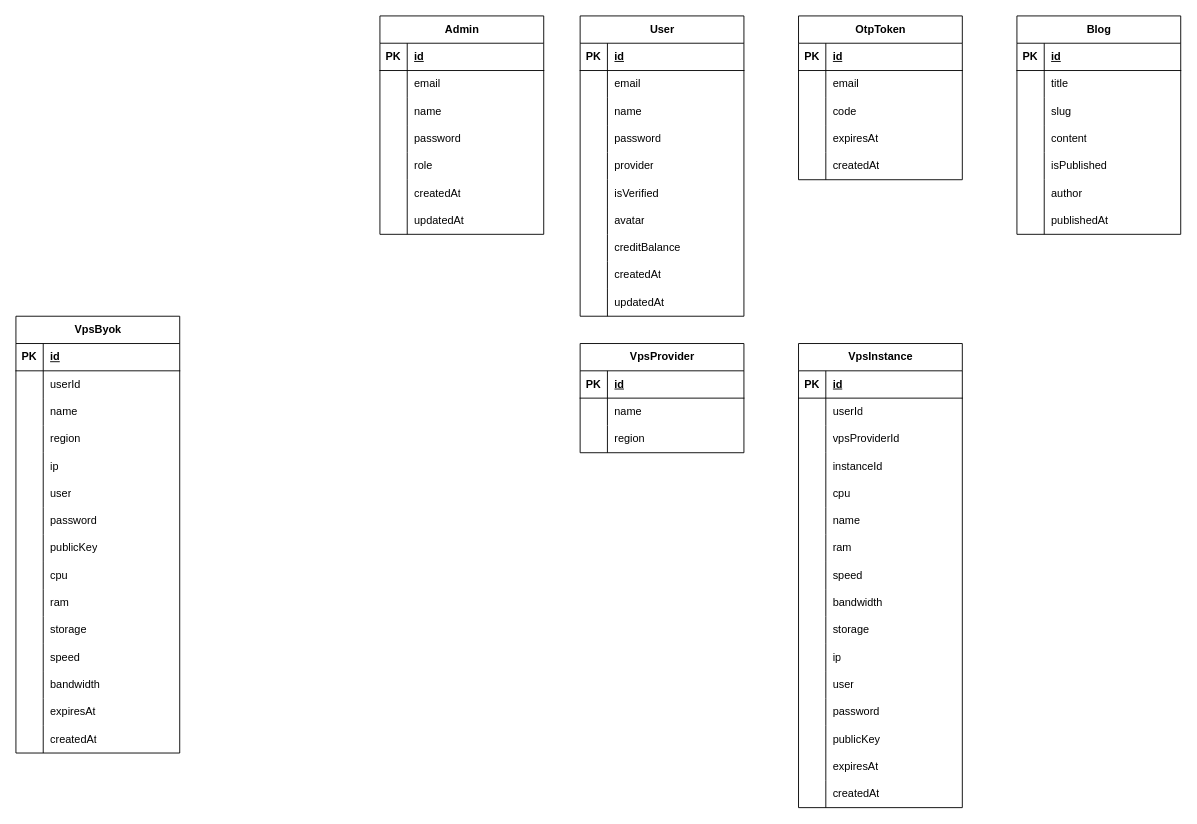
Before: belajar-hosting.drawio in yogadwipayana/ERD, a draw.io diagram. Source tidied: cells renumbered, new cells numbered last; positions are measured from the earlier drawing's top-left corner, leaving out a move shared by most shapes. Both pictures are drawn from the tidied source at 91%, with x=0, y=0 at pixel (15, 15).
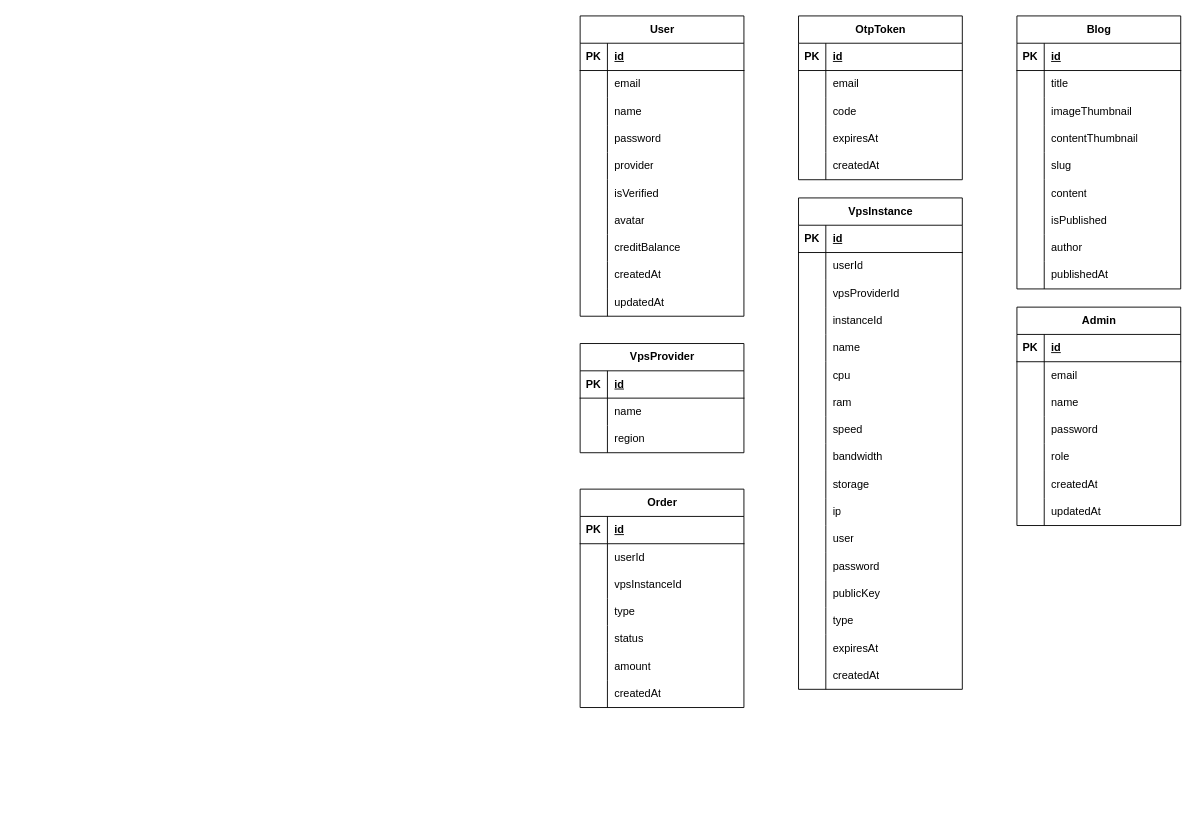
After the change.

What changed in the source:
```diff
@@
     <mxCell id="49" value="Blog" style="shape=table;startSize=30;childLayout=tableLayout;rowLines=0;fontStyle=1;align=center;html=1;" parent="1" vertex="1">
-      <mxGeometry x="1100" width="180" height="240" as="geometry" />
+      <mxGeometry x="1100" width="180" height="300" as="geometry" />
     </mxCell>
@@
+    <mxCell id="198" style="shape=tableRow;horizontal=0;startSize=0;swimlaneHead=0;swimlaneBody=0;fillColor=none;top=0;left=0;right=0;bottom=0;" parent="49" vertex="1">
+      <mxGeometry y="90" width="180" height="30" as="geometry" />
+    </mxCell>
+    <mxCell id="199" style="shape=partialRectangle;fillColor=none;top=0;left=0;bottom=0;right=0;overflow=hidden;whiteSpace=wrap;html=1;" parent="198" vertex="1">
+      <mxGeometry width="30" height="30" as="geometry" />
+    </mxCell>
+    <mxCell id="200" value="imageThumbnail" style="shape=partialRectangle;fillColor=none;top=0;left=0;bottom=0;right=0;align=left;spacingLeft=6;overflow=hidden;whiteSpace=wrap;html=1;" parent="198" vertex="1">
+      <mxGeometry x="30" width="150" height="30" as="geometry" />
+    </mxCell>
+    <mxCell id="201" style="shape=tableRow;horizontal=0;startSize=0;swimlaneHead=0;swimlaneBody=0;fillColor=none;top=0;left=0;right=0;bottom=0;" parent="49" vertex="1">
+      <mxGeometry y="120" width="180" height="30" as="geometry" />
+    </mxCell>
+    <mxCell id="202" style="shape=partialRectangle;fillColor=none;top=0;left=0;bottom=0;right=0;overflow=hidden;whiteSpace=wrap;html=1;" parent="201" vertex="1">
+      <mxGeometry width="30" height="30" as="geometry" />
+    </mxCell>
+    <mxCell id="203" value="contentThumbnail" style="shape=partialRectangle;fillColor=none;top=0;left=0;bottom=0;right=0;align=left;spacingLeft=6;overflow=hidden;whiteSpace=wrap;html=1;" parent="201" vertex="1">
+      <mxGeometry x="30" width="150" height="30" as="geometry" />
+    </mxCell>
     <mxCell id="56" style="shape=tableRow;horizontal=0;startSize=0;swimlaneHead=0;swimlaneBody=0;fillColor=none;top=0;left=0;right=0;bottom=0;" parent="49" vertex="1">
-      <mxGeometry y="90" width="180" height="30" as="geometry" />
+      <mxGeometry y="150" width="180" height="30" as="geometry" />
     </mxCell>
@@
     <mxCell id="59" style="shape=tableRow;horizontal=0;startSize=0;swimlaneHead=0;swimlaneBody=0;fillColor=none;top=0;left=0;right=0;bottom=0;" parent="49" vertex="1">
-      <mxGeometry y="120" width="180" height="30" as="geometry" />
+      <mxGeometry y="180" width="180" height="30" as="geometry" />
     </mxCell>
@@
     <mxCell id="62" style="shape=tableRow;horizontal=0;startSize=0;swimlaneHead=0;swimlaneBody=0;fillColor=none;top=0;left=0;right=0;bottom=0;" parent="49" vertex="1">
-      <mxGeometry y="150" width="180" height="30" as="geometry" />
+      <mxGeometry y="210" width="180" height="30" as="geometry" />
     </mxCell>
@@
     <mxCell id="65" style="shape=tableRow;horizontal=0;startSize=0;swimlaneHead=0;swimlaneBody=0;fillColor=none;top=0;left=0;right=0;bottom=0;" parent="49" vertex="1">
-      <mxGeometry y="180" width="180" height="30" as="geometry" />
+      <mxGeometry y="240" width="180" height="30" as="geometry" />
     </mxCell>
@@
     <mxCell id="68" style="shape=tableRow;horizontal=0;startSize=0;swimlaneHead=0;swimlaneBody=0;fillColor=none;top=0;left=0;right=0;bottom=0;" parent="49" vertex="1">
-      <mxGeometry y="210" width="180" height="30" as="geometry" />
+      <mxGeometry y="270" width="180" height="30" as="geometry" />
     </mxCell>
@@
     <mxCell id="81" value="Admin" style="shape=table;startSize=30;childLayout=tableLayout;rowLines=0;fontStyle=1;align=center;html=1;" parent="1" vertex="1">
-      <mxGeometry x="400" width="180" height="240" as="geometry" />
+      <mxGeometry x="1100" y="320" width="180" height="240" as="geometry" />
     </mxCell>
@@
     <mxCell id="103" value="VpsInstance" style="shape=table;startSize=30;childLayout=tableLayout;rowLines=0;fontStyle=1;align=center;html=1;" parent="1" vertex="1">
-      <mxGeometry x="860" y="360" width="180" height="510" as="geometry" />
+      <mxGeometry x="860" y="200" width="180" height="540" as="geometry" />
     </mxCell>
@@
+    <mxCell id="119" style="shape=tableRow;horizontal=0;startSize=0;swimlaneHead=0;swimlaneBody=0;fillColor=none;top=0;left=0;right=0;bottom=0;" parent="103" vertex="1">
+      <mxGeometry y="150" width="180" height="30" as="geometry" />
+    </mxCell>
+    <mxCell id="120" style="shape=partialRectangle;fillColor=none;top=0;left=0;bottom=0;right=0;overflow=hidden;whiteSpace=wrap;html=1;" parent="119" vertex="1">
+      <mxGeometry width="30" height="30" as="geometry" />
+    </mxCell>
+    <mxCell id="121" value="name" style="shape=partialRectangle;fillColor=none;top=0;left=0;bottom=0;right=0;align=left;spacingLeft=6;overflow=hidden;whiteSpace=wrap;html=1;" parent="119" vertex="1">
+      <mxGeometry x="30" width="150" height="30" as="geometry" />
+    </mxCell>
     <mxCell id="116" style="shape=tableRow;horizontal=0;startSize=0;swimlaneHead=0;swimlaneBody=0;fillColor=none;top=0;left=0;right=0;bottom=0;" parent="103" vertex="1">
-      <mxGeometry y="150" width="180" height="30" as="geometry" />
+      <mxGeometry y="180" width="180" height="30" as="geometry" />
     </mxCell>
@@
-    <mxCell id="119" style="shape=tableRow;horizontal=0;startSize=0;swimlaneHead=0;swimlaneBody=0;fillColor=none;top=0;left=0;right=0;bottom=0;" parent="103" vertex="1">
-      <mxGeometry y="180" width="180" height="30" as="geometry" />
-    </mxCell>
-    <mxCell id="120" style="shape=partialRectangle;fillColor=none;top=0;left=0;bottom=0;right=0;overflow=hidden;whiteSpace=wrap;html=1;" parent="119" vertex="1">
-      <mxGeometry width="30" height="30" as="geometry" />
-    </mxCell>
-    <mxCell id="121" value="name" style="shape=partialRectangle;fillColor=none;top=0;left=0;bottom=0;right=0;align=left;spacingLeft=6;overflow=hidden;whiteSpace=wrap;html=1;" parent="119" vertex="1">
-      <mxGeometry x="30" width="150" height="30" as="geometry" />
-    </mxCell>
@@
+    <mxCell id="195" style="shape=tableRow;horizontal=0;startSize=0;swimlaneHead=0;swimlaneBody=0;fillColor=none;top=0;left=0;right=0;bottom=0;" parent="103" vertex="1">
+      <mxGeometry y="450" width="180" height="30" as="geometry" />
+    </mxCell>
+    <mxCell id="204" style="shape=partialRectangle;fillColor=none;top=0;left=0;bottom=0;right=0;overflow=hidden;whiteSpace=wrap;html=1;" parent="195" vertex="1">
+      <mxGeometry width="30" height="30" as="geometry" />
+    </mxCell>
+    <mxCell id="205" value="type" style="shape=partialRectangle;fillColor=none;top=0;left=0;bottom=0;right=0;align=left;spacingLeft=6;overflow=hidden;whiteSpace=wrap;html=1;" parent="195" vertex="1">
+      <mxGeometry x="30" width="150" height="30" as="geometry" />
+    </mxCell>
     <mxCell id="146" style="shape=tableRow;horizontal=0;startSize=0;swimlaneHead=0;swimlaneBody=0;fillColor=none;top=0;left=0;right=0;bottom=0;" parent="103" vertex="1">
-      <mxGeometry y="450" width="180" height="30" as="geometry" />
+      <mxGeometry y="480" width="180" height="30" as="geometry" />
     </mxCell>
@@
     <mxCell id="149" style="shape=tableRow;horizontal=0;startSize=0;swimlaneHead=0;swimlaneBody=0;fillColor=none;top=0;left=0;right=0;bottom=0;" parent="103" vertex="1">
-      <mxGeometry y="480" width="180" height="30" as="geometry" />
+      <mxGeometry y="510" width="180" height="30" as="geometry" />
     </mxCell>
@@
-    <mxCell id="152" value="VpsByok" style="shape=table;startSize=30;childLayout=tableLayout;rowLines=0;fontStyle=1;align=center;html=1;" parent="1" vertex="1">
-      <mxGeometry y="330" width="180" height="480" as="geometry" />
-    </mxCell>
+    <mxCell id="206" value="Order" style="shape=table;startSize=30;childLayout=tableLayout;rowLines=0;fontStyle=1;align=center;html=1;" parent="1" vertex="1">
+      <mxGeometry x="620" y="520" width="180" height="240" as="geometry" />
+    </mxCell>
-    <mxCell id="153" style="shape=tableRow;horizontal=0;startSize=0;swimlaneHead=0;swimlaneBody=0;fillColor=none;top=0;left=0;right=0;bottom=1;" parent="152" vertex="1">
+    <mxCell id="153" style="shape=tableRow;horizontal=0;startSize=0;swimlaneHead=0;swimlaneBody=0;fillColor=none;top=0;left=0;right=0;bottom=1;" parent="206" vertex="1">
       <mxGeometry y="30" width="180" height="30" as="geometry" />
     </mxCell>
@@
-    <mxCell id="156" style="shape=tableRow;horizontal=0;startSize=0;swimlaneHead=0;swimlaneBody=0;fillColor=none;top=0;left=0;right=0;bottom=0;" parent="152" vertex="1">
+    <mxCell id="156" style="shape=tableRow;horizontal=0;startSize=0;swimlaneHead=0;swimlaneBody=0;fillColor=none;top=0;left=0;right=0;bottom=0;" parent="206" vertex="1">
       <mxGeometry y="60" width="180" height="30" as="geometry" />
     </mxCell>
-    <mxCell id="157" style="shape=partialRectangle;fillColor=none;top=0;left=0;bottom=0;right=0;overflow=hidden;whiteSpace=wrap;html=1;" parent="156" vertex="1">
-      <mxGeometry width="30" height="30" as="geometry" />
-    </mxCell>
+    <mxCell id="207" style="shape=partialRectangle;fillColor=none;top=0;left=0;bottom=0;right=0;overflow=hidden;whiteSpace=wrap;html=1;" parent="156" vertex="1">
+      <mxGeometry width="30" height="30" as="geometry" />
+    </mxCell>
@@
-    <mxCell id="159" style="shape=tableRow;horizontal=0;startSize=0;swimlaneHead=0;swimlaneBody=0;fillColor=none;top=0;left=0;right=0;bottom=0;" parent="152" vertex="1">
-      <mxGeometry y="90" width="180" height="30" as="geometry" />
-    </mxCell>
-    <mxCell id="160" style="shape=partialRectangle;fillColor=none;top=0;left=0;bottom=0;right=0;overflow=hidden;whiteSpace=wrap;html=1;" parent="159" vertex="1">
-      <mxGeometry width="30" height="30" as="geometry" />
-    </mxCell>
-    <mxCell id="161" value="name" style="shape=partialRectangle;fillColor=none;top=0;left=0;bottom=0;right=0;align=left;spacingLeft=6;overflow=hidden;whiteSpace=wrap;html=1;" parent="159" vertex="1">
-      <mxGeometry x="30" width="150" height="30" as="geometry" />
-    </mxCell>
-    <mxCell id="162" style="shape=tableRow;horizontal=0;startSize=0;swimlaneHead=0;swimlaneBody=0;fillColor=none;top=0;left=0;right=0;bottom=0;" parent="152" vertex="1">
-      <mxGeometry y="120" width="180" height="30" as="geometry" />
-    </mxCell>
-    <mxCell id="163" style="shape=partialRectangle;fillColor=none;top=0;left=0;bottom=0;right=0;overflow=hidden;whiteSpace=wrap;html=1;" parent="162" vertex="1">
-      <mxGeometry width="30" height="30" as="geometry" />
-    </mxCell>
-    <mxCell id="164" value="region" style="shape=partialRectangle;fillColor=none;top=0;left=0;bottom=0;right=0;align=left;spacingLeft=6;overflow=hidden;whiteSpace=wrap;html=1;" parent="162" vertex="1">
-      <mxGeometry x="30" width="150" height="30" as="geometry" />
-    </mxCell>
+    <mxCell id="208" style="shape=tableRow;horizontal=0;startSize=0;swimlaneHead=0;swimlaneBody=0;fillColor=none;top=0;left=0;right=0;bottom=0;" parent="206" vertex="1">
+      <mxGeometry y="90" width="180" height="30" as="geometry" />
+    </mxCell>
+    <mxCell id="209" style="shape=partialRectangle;fillColor=none;top=0;left=0;bottom=0;right=0;overflow=hidden;whiteSpace=wrap;html=1;" parent="208" vertex="1">
+      <mxGeometry width="30" height="30" as="geometry" />
+    </mxCell>
+    <mxCell id="210" value="vpsInstanceId" style="shape=partialRectangle;fillColor=none;top=0;left=0;bottom=0;right=0;align=left;spacingLeft=6;overflow=hidden;whiteSpace=wrap;html=1;" parent="208" vertex="1">
+      <mxGeometry x="30" width="150" height="30" as="geometry" />
+    </mxCell>
+    <mxCell id="211" style="shape=tableRow;horizontal=0;startSize=0;swimlaneHead=0;swimlaneBody=0;fillColor=none;top=0;left=0;right=0;bottom=0;" parent="206" vertex="1">
+      <mxGeometry y="120" width="180" height="30" as="geometry" />
+    </mxCell>
+    <mxCell id="212" style="shape=partialRectangle;fillColor=none;top=0;left=0;bottom=0;right=0;overflow=hidden;whiteSpace=wrap;html=1;" parent="211" vertex="1">
+      <mxGeometry width="30" height="30" as="geometry" />
+    </mxCell>
+    <mxCell id="213" value="type" style="shape=partialRectangle;fillColor=none;top=0;left=0;bottom=0;right=0;align=left;spacingLeft=6;overflow=hidden;whiteSpace=wrap;html=1;" parent="211" vertex="1">
+      <mxGeometry x="30" width="150" height="30" as="geometry" />
+    </mxCell>
-    <mxCell id="165" style="shape=tableRow;horizontal=0;startSize=0;swimlaneHead=0;swimlaneBody=0;fillColor=none;top=0;left=0;right=0;bottom=0;" parent="152" vertex="1">
+    <mxCell id="165" style="shape=tableRow;horizontal=0;startSize=0;swimlaneHead=0;swimlaneBody=0;fillColor=none;top=0;left=0;right=0;bottom=0;" parent="206" vertex="1">
       <mxGeometry y="150" width="180" height="30" as="geometry" />
     </mxCell>
-    <mxCell id="166" style="shape=partialRectangle;fillColor=none;top=0;left=0;bottom=0;right=0;overflow=hidden;whiteSpace=wrap;html=1;" parent="165" vertex="1">
-      <mxGeometry width="30" height="30" as="geometry" />
-    </mxCell>
-    <mxCell id="167" value="ip" style="shape=partialRectangle;fillColor=none;top=0;left=0;bottom=0;right=0;align=left;spacingLeft=6;overflow=hidden;whiteSpace=wrap;html=1;" parent="165" vertex="1">
-      <mxGeometry x="30" width="150" height="30" as="geometry" />
-    </mxCell>
+    <mxCell id="214" style="shape=partialRectangle;fillColor=none;top=0;left=0;bottom=0;right=0;overflow=hidden;whiteSpace=wrap;html=1;" parent="165" vertex="1">
+      <mxGeometry width="30" height="30" as="geometry" />
+    </mxCell>
+    <mxCell id="215" value="status" style="shape=partialRectangle;fillColor=none;top=0;left=0;bottom=0;right=0;align=left;spacingLeft=6;overflow=hidden;whiteSpace=wrap;html=1;" parent="165" vertex="1">
+      <mxGeometry x="30" width="150" height="30" as="geometry" />
+    </mxCell>
-    <mxCell id="168" style="shape=tableRow;horizontal=0;startSize=0;swimlaneHead=0;swimlaneBody=0;fillColor=none;top=0;left=0;right=0;bottom=0;" parent="152" vertex="1">
+    <mxCell id="168" style="shape=tableRow;horizontal=0;startSize=0;swimlaneHead=0;swimlaneBody=0;fillColor=none;top=0;left=0;right=0;bottom=0;" parent="206" vertex="1">
       <mxGeometry y="180" width="180" height="30" as="geometry" />
     </mxCell>
-    <mxCell id="169" style="shape=partialRectangle;fillColor=none;top=0;left=0;bottom=0;right=0;overflow=hidden;whiteSpace=wrap;html=1;" parent="168" vertex="1">
-      <mxGeometry width="30" height="30" as="geometry" />
-    </mxCell>
-    <mxCell id="170" value="user" style="shape=partialRectangle;fillColor=none;top=0;left=0;bottom=0;right=0;align=left;spacingLeft=6;overflow=hidden;whiteSpace=wrap;html=1;" parent="168" vertex="1">
-      <mxGeometry x="30" width="150" height="30" as="geometry" />
-    </mxCell>
+    <mxCell id="216" style="shape=partialRectangle;fillColor=none;top=0;left=0;bottom=0;right=0;overflow=hidden;whiteSpace=wrap;html=1;" parent="168" vertex="1">
+      <mxGeometry width="30" height="30" as="geometry" />
+    </mxCell>
+    <mxCell id="217" value="amount" style="shape=partialRectangle;fillColor=none;top=0;left=0;bottom=0;right=0;align=left;spacingLeft=6;overflow=hidden;whiteSpace=wrap;html=1;" parent="168" vertex="1">
+      <mxGeometry x="30" width="150" height="30" as="geometry" />
+    </mxCell>
-    <mxCell id="171" style="shape=tableRow;horizontal=0;startSize=0;swimlaneHead=0;swimlaneBody=0;fillColor=none;top=0;left=0;right=0;bottom=0;" parent="152" vertex="1">
+    <mxCell id="171" style="shape=tableRow;horizontal=0;startSize=0;swimlaneHead=0;swimlaneBody=0;fillColor=none;top=0;left=0;right=0;bottom=0;" parent="206" vertex="1">
       <mxGeometry y="210" width="180" height="30" as="geometry" />
     </mxCell>
-    <mxCell id="172" style="shape=partialRectangle;fillColor=none;top=0;left=0;bottom=0;right=0;overflow=hidden;whiteSpace=wrap;html=1;" parent="171" vertex="1">
-      <mxGeometry width="30" height="30" as="geometry" />
-    </mxCell>
-    <mxCell id="173" value="password" style="shape=partialRectangle;fillColor=none;top=0;left=0;bottom=0;right=0;align=left;spacingLeft=6;overflow=hidden;whiteSpace=wrap;html=1;" parent="171" vertex="1">
-      <mxGeometry x="30" width="150" height="30" as="geometry" />
-    </mxCell>
-    <mxCell id="174" style="shape=tableRow;horizontal=0;startSize=0;swimlaneHead=0;swimlaneBody=0;fillColor=none;top=0;left=0;right=0;bottom=0;" parent="152" vertex="1">
-      <mxGeometry y="240" width="180" height="30" as="geometry" />
-    </mxCell>
-    <mxCell id="175" style="shape=partialRectangle;fillColor=none;top=0;left=0;bottom=0;right=0;overflow=hidden;whiteSpace=wrap;html=1;" parent="174" vertex="1">
-      <mxGeometry width="30" height="30" as="geometry" />
-    </mxCell>
-    <mxCell id="176" value="publicKey" style="shape=partialRectangle;fillColor=none;top=0;left=0;bottom=0;right=0;align=left;spacingLeft=6;overflow=hidden;whiteSpace=wrap;html=1;" parent="174" vertex="1">
-      <mxGeometry x="30" width="150" height="30" as="geometry" />
-    </mxCell>
-    <mxCell id="177" style="shape=tableRow;horizontal=0;startSize=0;swimlaneHead=0;swimlaneBody=0;fillColor=none;top=0;left=0;right=0;bottom=0;" parent="152" vertex="1">
-      <mxGeometry y="270" width="180" height="30" as="geometry" />
-    </mxCell>
-    <mxCell id="178" style="shape=partialRectangle;fillColor=none;top=0;left=0;bottom=0;right=0;overflow=hidden;whiteSpace=wrap;html=1;" parent="177" vertex="1">
-      <mxGeometry width="30" height="30" as="geometry" />
-    </mxCell>
-    <mxCell id="179" value="cpu" style="shape=partialRectangle;fillColor=none;top=0;left=0;bottom=0;right=0;align=left;spacingLeft=6;overflow=hidden;whiteSpace=wrap;html=1;" parent="177" vertex="1">
-      <mxGeometry x="30" width="150" height="30" as="geometry" />
-    </mxCell>
-    <mxCell id="180" style="shape=tableRow;horizontal=0;startSize=0;swimlaneHead=0;swimlaneBody=0;fillColor=none;top=0;left=0;right=0;bottom=0;" parent="152" vertex="1">
-      <mxGeometry y="300" width="180" height="30" as="geometry" />
-    </mxCell>
-    <mxCell id="181" style="shape=partialRectangle;fillColor=none;top=0;left=0;bottom=0;right=0;overflow=hidden;whiteSpace=wrap;html=1;" parent="180" vertex="1">
-      <mxGeometry width="30" height="30" as="geometry" />
-    </mxCell>
-    <mxCell id="182" value="ram" style="shape=partialRectangle;fillColor=none;top=0;left=0;bottom=0;right=0;align=left;spacingLeft=6;overflow=hidden;whiteSpace=wrap;html=1;" parent="180" vertex="1">
-      <mxGeometry x="30" width="150" height="30" as="geometry" />
-    </mxCell>
-    <mxCell id="183" style="shape=tableRow;horizontal=0;startSize=0;swimlaneHead=0;swimlaneBody=0;fillColor=none;top=0;left=0;right=0;bottom=0;" parent="152" vertex="1">
-      <mxGeometry y="330" width="180" height="30" as="geometry" />
-    </mxCell>
-    <mxCell id="184" style="shape=partialRectangle;fillColor=none;top=0;left=0;bottom=0;right=0;overflow=hidden;whiteSpace=wrap;html=1;" parent="183" vertex="1">
-      <mxGeometry width="30" height="30" as="geometry" />
-    </mxCell>
-    <mxCell id="185" value="storage" style="shape=partialRectangle;fillColor=none;top=0;left=0;bottom=0;right=0;align=left;spacingLeft=6;overflow=hidden;whiteSpace=wrap;html=1;" parent="183" vertex="1">
-      <mxGeometry x="30" width="150" height="30" as="geometry" />
-    </mxCell>
-    <mxCell id="186" style="shape=tableRow;horizontal=0;startSize=0;swimlaneHead=0;swimlaneBody=0;fillColor=none;top=0;left=0;right=0;bottom=0;" parent="152" vertex="1">
-      <mxGeometry y="360" width="180" height="30" as="geometry" />
-    </mxCell>
-    <mxCell id="187" style="shape=partialRectangle;fillColor=none;top=0;left=0;bottom=0;right=0;overflow=hidden;whiteSpace=wrap;html=1;" parent="186" vertex="1">
-      <mxGeometry width="30" height="30" as="geometry" />
-    </mxCell>
-    <mxCell id="188" value="speed" style="shape=partialRectangle;fillColor=none;top=0;left=0;bottom=0;right=0;align=left;spacingLeft=6;overflow=hidden;whiteSpace=wrap;html=1;" parent="186" vertex="1">
-      <mxGeometry x="30" width="150" height="30" as="geometry" />
-    </mxCell>
-    <mxCell id="189" style="shape=tableRow;horizontal=0;startSize=0;swimlaneHead=0;swimlaneBody=0;fillColor=none;top=0;left=0;right=0;bottom=0;" parent="152" vertex="1">
-      <mxGeometry y="390" width="180" height="30" as="geometry" />
-    </mxCell>
-    <mxCell id="190" style="shape=partialRectangle;fillColor=none;top=0;left=0;bottom=0;right=0;overflow=hidden;whiteSpace=wrap;html=1;" parent="189" vertex="1">
-      <mxGeometry width="30" height="30" as="geometry" />
-    </mxCell>
-    <mxCell id="191" value="bandwidth" style="shape=partialRectangle;fillColor=none;top=0;left=0;bottom=0;right=0;align=left;spacingLeft=6;overflow=hidden;whiteSpace=wrap;html=1;" parent="189" vertex="1">
-      <mxGeometry x="30" width="150" height="30" as="geometry" />
-    </mxCell>
-    <mxCell id="192" style="shape=tableRow;horizontal=0;startSize=0;swimlaneHead=0;swimlaneBody=0;fillColor=none;top=0;left=0;right=0;bottom=0;" parent="152" vertex="1">
-      <mxGeometry y="420" width="180" height="30" as="geometry" />
-    </mxCell>
-    <mxCell id="193" style="shape=partialRectangle;fillColor=none;top=0;left=0;bottom=0;right=0;overflow=hidden;whiteSpace=wrap;html=1;" parent="192" vertex="1">
-      <mxGeometry width="30" height="30" as="geometry" />
-    </mxCell>
-    <mxCell id="194" value="expiresAt" style="shape=partialRectangle;fillColor=none;top=0;left=0;bottom=0;right=0;align=left;spacingLeft=6;overflow=hidden;whiteSpace=wrap;html=1;" parent="192" vertex="1">
-      <mxGeometry x="30" width="150" height="30" as="geometry" />
-    </mxCell>
-    <mxCell id="195" style="shape=tableRow;horizontal=0;startSize=0;swimlaneHead=0;swimlaneBody=0;fillColor=none;top=0;left=0;right=0;bottom=0;" parent="152" vertex="1">
-      <mxGeometry y="450" width="180" height="30" as="geometry" />
-    </mxCell>
-    <mxCell id="196" style="shape=partialRectangle;fillColor=none;top=0;left=0;bottom=0;right=0;overflow=hidden;whiteSpace=wrap;html=1;" parent="195" vertex="1">
-      <mxGeometry width="30" height="30" as="geometry" />
-    </mxCell>
+    <mxCell id="218" value="&lt;span style=&quot;white-space: pre;&quot;&gt;&#9;&lt;/span&gt;&lt;div&gt;&lt;br&gt;&lt;/div&gt;&lt;div&gt;&lt;br&gt;&lt;/div&gt;" style="shape=partialRectangle;fillColor=none;top=0;left=0;bottom=0;right=0;overflow=hidden;whiteSpace=wrap;html=1;" parent="171" vertex="1">
+      <mxGeometry width="30" height="30" as="geometry" />
+    </mxCell>
-    <mxCell id="197" value="createdAt" style="shape=partialRectangle;fillColor=none;top=0;left=0;bottom=0;right=0;align=left;spacingLeft=6;overflow=hidden;whiteSpace=wrap;html=1;" parent="195" vertex="1">
+    <mxCell id="197" value="createdAt" style="shape=partialRectangle;fillColor=none;top=0;left=0;bottom=0;right=0;align=left;spacingLeft=6;overflow=hidden;whiteSpace=wrap;html=1;" parent="171" vertex="1">
       <mxGeometry x="30" width="150" height="30" as="geometry" />
     </mxCell>
```
